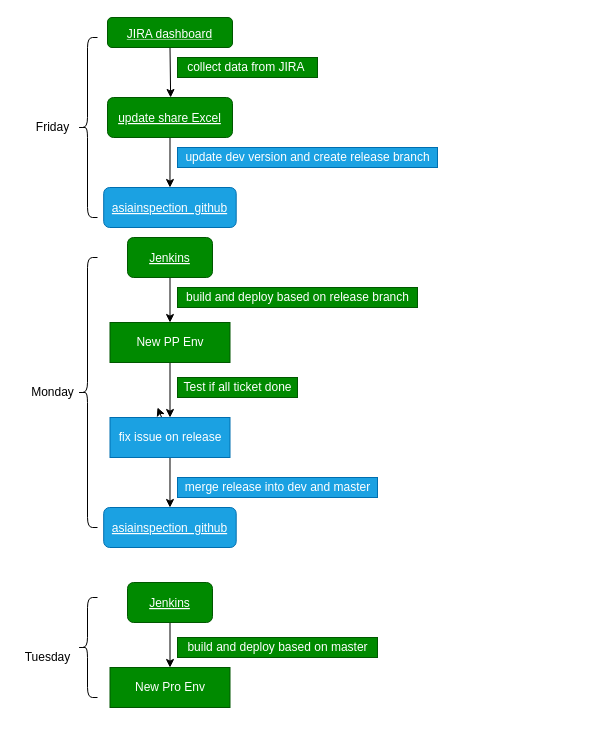
Above: Untitled Diagram.drawio in ArthurQvQ/test1217 (draw.io), before the change. Source tidied: cells renumbered, new cells numbered last; positions are measured from the earlier drawing's top-left corner, leaving out a move shared by most shapes. Both pictures are drawn from the tidied source at 100%, with x=0, y=0 at pixel (17, 17).
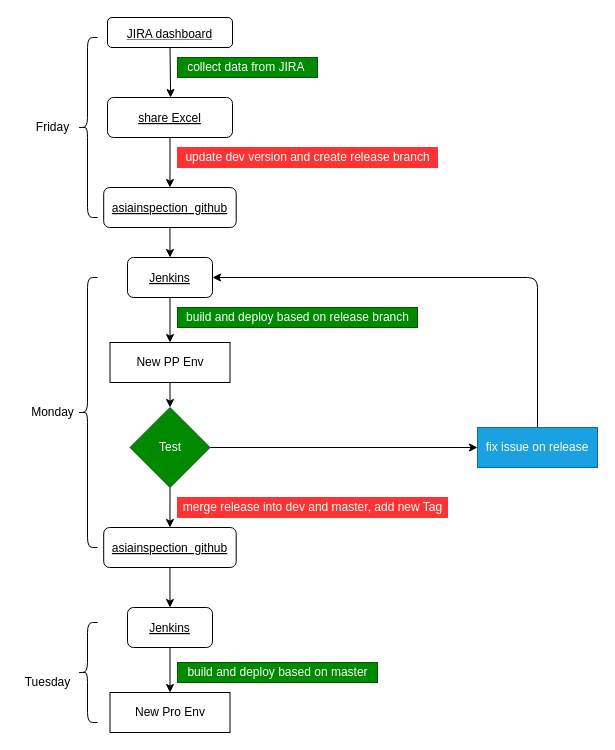
After the change.

Change to the diagram source:
```diff
@@
-    <mxCell id="4" value="JIRA dashboard" style="fontColor=#ffffff;fontStyle=4;rounded=1;overflow=hidden;spacing=10;fillColor=#008a00;strokeColor=#005700;" parent="1" vertex="1">
+    <mxCell id="4" value="JIRA dashboard" style="fontStyle=4;rounded=1;overflow=hidden;spacing=10;" parent="1" vertex="1">
       <mxGeometry x="90" width="125" height="30" as="geometry" />
     </mxCell>
@@
-    <mxCell id="7" value="update share Excel" style="fontStyle=4;rounded=1;overflow=hidden;spacing=10;fillColor=#008a00;strokeColor=#005700;arcSize=15;fontColor=#ffffff;" parent="1" vertex="1">
+    <mxCell id="7" value="share Excel" style="fontStyle=4;rounded=1;overflow=hidden;spacing=10;arcSize=15;" parent="1" vertex="1">
       <mxGeometry x="90" y="80" width="125" height="40" as="geometry" />
     </mxCell>
+    <mxCell id="30" style="edgeStyle=none;html=1;exitX=0.5;exitY=1;exitDx=0;exitDy=0;entryX=0.5;entryY=0;entryDx=0;entryDy=0;" parent="1" edge="1" source="8" target="14">
+      <mxGeometry relative="1" as="geometry" />
+    </mxCell>
-    <mxCell id="8" value="asiainspection  github" style="fontColor=#ffffff;fontStyle=4;rounded=1;overflow=hidden;spacing=10;fillColor=#1ba1e2;strokeColor=#006EAF;" parent="1" vertex="1">
+    <mxCell id="8" value="asiainspection  github" style="fontStyle=4;rounded=1;overflow=hidden;spacing=10;" parent="1" vertex="1">
       <mxGeometry x="86.2" y="170" width="132.5" height="40" as="geometry" />
     </mxCell>
-    <mxCell id="9" value="update dev version and create release branch" style="text;html=1;align=center;verticalAlign=middle;fillColor=#1ba1e2;strokeColor=#006EAF;rounded=0;fontColor=#ffffff;" parent="1" vertex="1">
+    <mxCell id="9" value="update dev version and create release branch" style="text;html=1;align=center;verticalAlign=middle;rounded=0;fontColor=#ffffff;fontStyle=0;strokeColor=#FF3333;fillColor=#FF3333;" parent="1" vertex="1">
       <mxGeometry x="160" y="130" width="260" height="20" as="geometry" />
     </mxCell>
     <mxCell id="10" style="shape=curlyBracket;whiteSpace=wrap;html=1;rounded=1;" parent="1" vertex="1">
-      <mxGeometry x="60" y="240" width="20" height="270" as="geometry" />
+      <mxGeometry x="60" y="260" width="20" height="270" as="geometry" />
     </mxCell>
     <mxCell id="11" value="Monday" style="text;html=1;align=center;verticalAlign=middle;strokeColor=none;" parent="1" vertex="1">
-      <mxGeometry x="5" y="365" width="60" height="20" as="geometry" />
+      <mxGeometry x="5" y="385" width="60" height="20" as="geometry" />
     </mxCell>
@@
-    <mxCell id="14" value="Jenkins" style="fontColor=#ffffff;fontStyle=4;rounded=1;overflow=hidden;spacing=10;fillColor=#008a00;strokeColor=#005700;" parent="1" vertex="1">
-      <mxGeometry x="110" y="220" width="85" height="40" as="geometry" />
+    <mxCell id="14" value="Jenkins" style="fontStyle=4;rounded=1;overflow=hidden;spacing=10;" parent="1" vertex="1">
+      <mxGeometry x="110" y="240" width="85" height="40" as="geometry" />
     </mxCell>
-    <mxCell id="15" style="edgeStyle=none;html=1;exitX=0.5;exitY=1;exitDx=0;exitDy=0;entryX=0.5;entryY=0;entryDx=0;entryDy=0;" parent="1" edge="1" source="16" target="20">
-      <mxGeometry relative="1" as="geometry" />
-    </mxCell>
+    <mxCell id="31" style="edgeStyle=none;html=1;exitX=0.5;exitY=1;exitDx=0;exitDy=0;entryX=0.5;entryY=0;entryDx=0;entryDy=0;" parent="1" edge="1" source="16" target="36">
+      <mxGeometry relative="1" as="geometry" />
+    </mxCell>
-    <mxCell id="16" value="New PP Env" style="whiteSpace=wrap;html=1;fillColor=#008a00;strokeColor=#005700;fontColor=#ffffff;" parent="1" vertex="1">
-      <mxGeometry x="92.5" y="305" width="120" height="40" as="geometry" />
+    <mxCell id="16" value="New PP Env" style="whiteSpace=wrap;html=1;" parent="1" vertex="1">
+      <mxGeometry x="92.5" y="325" width="120" height="40" as="geometry" />
     </mxCell>
     <mxCell id="17" value="build and deploy based on release branch" style="text;html=1;align=center;verticalAlign=middle;strokeColor=#005700;fillColor=#008a00;fontColor=#ffffff;" parent="1" vertex="1">
-      <mxGeometry x="160" y="270" width="240" height="20" as="geometry" />
+      <mxGeometry x="160" y="290" width="240" height="20" as="geometry" />
     </mxCell>
-    <mxCell id="18" style="edgeStyle=none;html=1;" parent="1" edge="1" source="20">
-      <mxGeometry relative="1" as="geometry">
-        <mxPoint x="140" y="390" as="targetPoint" />
-      </mxGeometry>
-    </mxCell>
-    <mxCell id="19" style="edgeStyle=none;html=1;exitX=0.5;exitY=1;exitDx=0;exitDy=0;" parent="1" edge="1" source="20" target="23">
-      <mxGeometry relative="1" as="geometry" />
-    </mxCell>
+    <mxCell id="32" style="edgeStyle=none;html=1;exitX=0.5;exitY=0;exitDx=0;exitDy=0;entryX=1;entryY=0.5;entryDx=0;entryDy=0;" parent="1" edge="1" source="20" target="14">
+      <mxGeometry relative="1" as="geometry">
+        <Array as="points">
+          <mxPoint x="520" y="260" />
+        </Array>
+      </mxGeometry>
+    </mxCell>
     <mxCell id="20" value="fix issue on release" style="whiteSpace=wrap;html=1;fillColor=#1ba1e2;strokeColor=#006EAF;fontColor=#ffffff;" parent="1" vertex="1">
-      <mxGeometry x="92.5" y="400" width="120" height="40" as="geometry" />
+      <mxGeometry x="460" y="410" width="120" height="40" as="geometry" />
     </mxCell>
-    <mxCell id="21" value="Test if all ticket done" style="text;html=1;align=center;verticalAlign=middle;strokeColor=#005700;fillColor=#008a00;fontColor=#ffffff;" parent="1" vertex="1">
-      <mxGeometry x="160" y="360" width="120" height="20" as="geometry" />
-    </mxCell>
-    <mxCell id="22" value="merge release into dev and master" style="text;html=1;align=center;verticalAlign=middle;strokeColor=#006EAF;fillColor=#1ba1e2;fontColor=#ffffff;" parent="1" vertex="1">
-      <mxGeometry x="160" y="460" width="200" height="20" as="geometry" />
+    <mxCell id="22" value="merge release into dev and master, add new Tag" style="text;html=1;align=center;verticalAlign=middle;fontColor=#ffffff;strokeColor=#FF3333;fillColor=#FF3333;" parent="1" vertex="1">
+      <mxGeometry x="160" y="480" width="270" height="20" as="geometry" />
     </mxCell>
+    <mxCell id="33" style="edgeStyle=none;html=1;exitX=0.5;exitY=1;exitDx=0;exitDy=0;entryX=0.5;entryY=0;entryDx=0;entryDy=0;" parent="1" edge="1" source="23" target="27">
+      <mxGeometry relative="1" as="geometry" />
+    </mxCell>
-    <mxCell id="23" value="asiainspection  github" style="fontColor=#ffffff;fontStyle=4;rounded=1;overflow=hidden;spacing=10;fillColor=#1ba1e2;strokeColor=#006EAF;" parent="1" vertex="1">
-      <mxGeometry x="86.2" y="490" width="132.5" height="40" as="geometry" />
+    <mxCell id="23" value="asiainspection  github" style="fontStyle=4;rounded=1;overflow=hidden;spacing=10;" parent="1" vertex="1">
+      <mxGeometry x="86.2" y="510" width="132.5" height="40" as="geometry" />
     </mxCell>
     <mxCell id="24" style="shape=curlyBracket;whiteSpace=wrap;html=1;rounded=1;" parent="1" vertex="1">
-      <mxGeometry x="60" y="580" width="20" height="100" as="geometry" />
+      <mxGeometry x="60" y="605" width="20" height="100" as="geometry" />
     </mxCell>
     <mxCell id="25" value="Tuesday" style="text;html=1;align=center;verticalAlign=middle;strokeColor=none;" parent="1" vertex="1">
-      <mxGeometry y="630" width="60" height="20" as="geometry" />
+      <mxGeometry y="655" width="60" height="20" as="geometry" />
     </mxCell>
@@
-    <mxCell id="27" value="Jenkins" style="fontColor=#ffffff;fontStyle=4;rounded=1;overflow=hidden;spacing=10;fillColor=#008a00;strokeColor=#005700;" parent="1" vertex="1">
-      <mxGeometry x="110" y="565" width="85" height="40" as="geometry" />
+    <mxCell id="27" value="Jenkins" style="fontStyle=4;rounded=1;overflow=hidden;spacing=10;" parent="1" vertex="1">
+      <mxGeometry x="110" y="590" width="85" height="40" as="geometry" />
     </mxCell>
-    <mxCell id="28" value="New Pro Env" style="whiteSpace=wrap;html=1;fillColor=#008a00;strokeColor=#005700;fontColor=#ffffff;" parent="1" vertex="1">
-      <mxGeometry x="92.5" y="650" width="120" height="40" as="geometry" />
+    <mxCell id="28" value="New Pro Env" style="whiteSpace=wrap;html=1;" parent="1" vertex="1">
+      <mxGeometry x="92.5" y="675" width="120" height="40" as="geometry" />
     </mxCell>
     <mxCell id="29" value="build and deploy based on master" style="text;html=1;align=center;verticalAlign=middle;strokeColor=#005700;fillColor=#008a00;fontColor=#ffffff;" parent="1" vertex="1">
-      <mxGeometry x="160" y="620" width="200" height="20" as="geometry" />
+      <mxGeometry x="160" y="645" width="200" height="20" as="geometry" />
     </mxCell>
+    <mxCell id="34" style="edgeStyle=none;html=1;exitX=0.5;exitY=1;exitDx=0;exitDy=0;entryX=0.5;entryY=0;entryDx=0;entryDy=0;" parent="1" edge="1" source="36" target="23">
+      <mxGeometry relative="1" as="geometry" />
+    </mxCell>
+    <mxCell id="35" style="edgeStyle=none;html=1;exitX=1;exitY=0.5;exitDx=0;exitDy=0;entryX=0;entryY=0.5;entryDx=0;entryDy=0;" parent="1" edge="1" source="36" target="20">
+      <mxGeometry relative="1" as="geometry" />
+    </mxCell>
+    <mxCell id="36" value="Test" style="rhombus;whiteSpace=wrap;html=1;fillColor=#008a00;strokeColor=#005700;fontColor=#ffffff;" parent="1" vertex="1">
+      <mxGeometry x="112.5" y="390" width="80" height="80" as="geometry" />
+    </mxCell>
```
